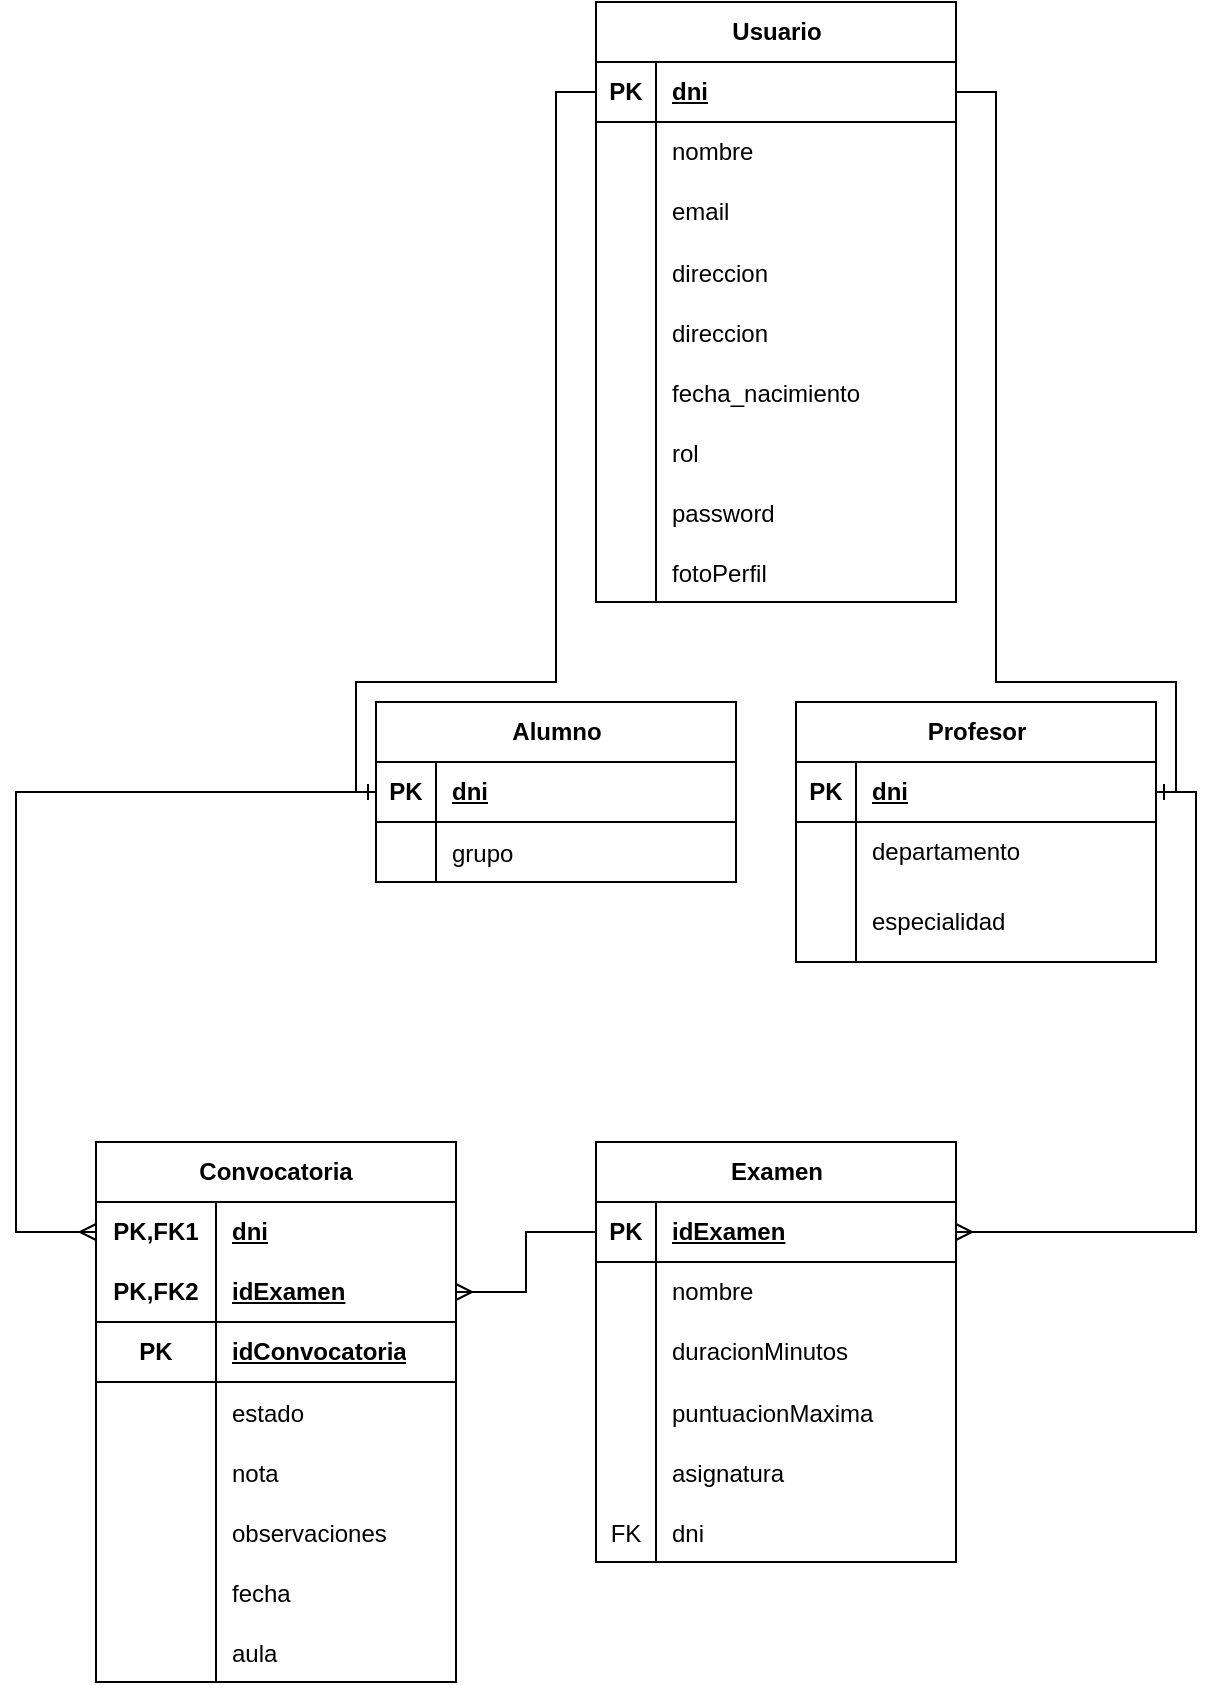
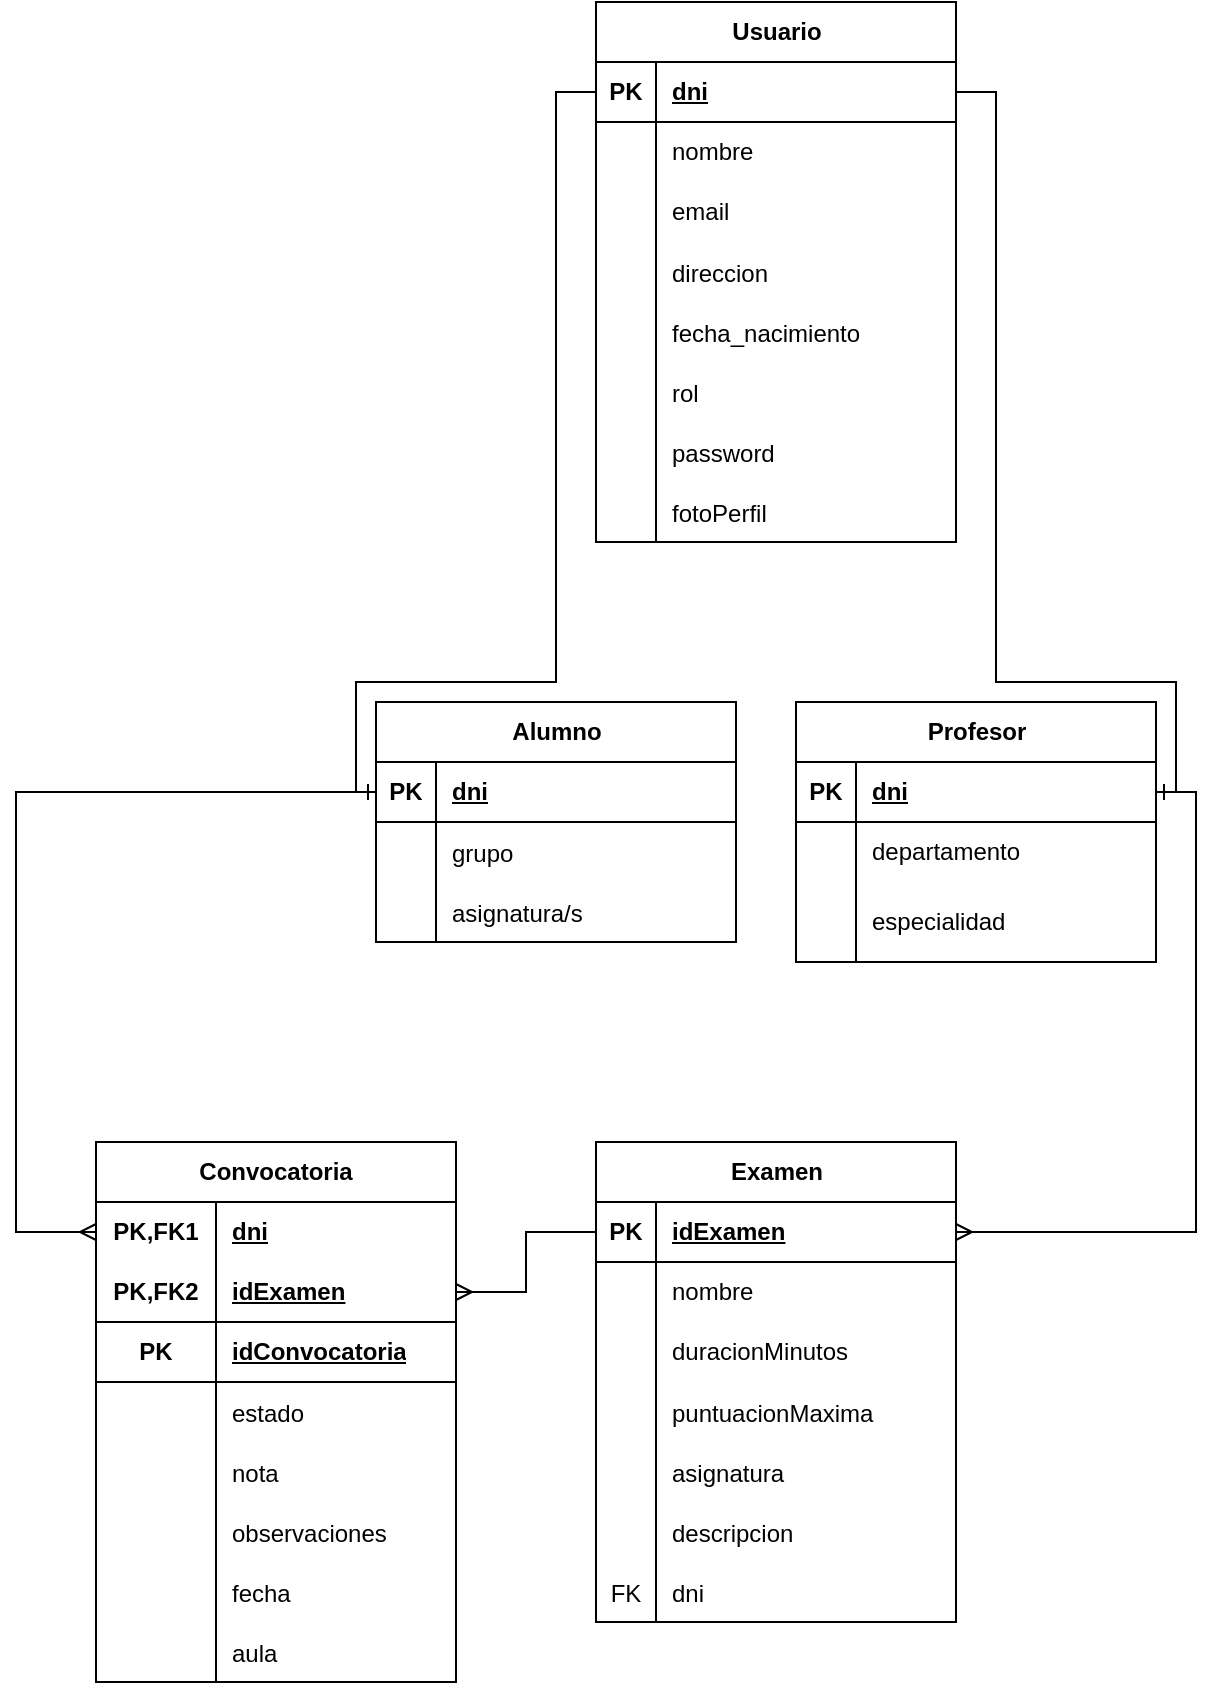
<mxfile host="Electron" agent="Mozilla/5.0 (Windows NT 10.0; Win64; x64) AppleWebKit/537.36 (KHTML, like Gecko) draw.io/29.6.6 Chrome/144.0.7559.236 Electron/40.8.4 Safari/537.36" version="29.6.6">
  <diagram name="Page-1" id="dYO-ddt7ie_Nl0yzLC1a">
-     <mxGraphModel dx="740" dy="877" grid="1" gridSize="10" guides="1" tooltips="1" connect="1" arrows="1" fold="1" page="1" pageScale="1" pageWidth="2000" pageHeight="2000" math="0" shadow="0">
+     <mxGraphModel dx="740" dy="884" grid="1" gridSize="10" guides="1" tooltips="1" connect="1" arrows="1" fold="1" page="1" pageScale="1" pageWidth="2000" pageHeight="2000" math="0" shadow="0">
      <root>
        <mxCell id="0" />
        <mxCell id="1" parent="0" />
        <mxCell id="7ocu6WVE3d1pCKjjpxMC-1" parent="1" style="shape=table;startSize=30;container=1;collapsible=1;childLayout=tableLayout;fixedRows=1;rowLines=0;fontStyle=1;align=center;resizeLast=1;html=1;" value="Examen" vertex="1">
-           <mxGeometry height="210" width="180" x="410" y="660" as="geometry" />
+           <mxGeometry height="240" width="180" x="410" y="660" as="geometry" />
        </mxCell>
        <mxCell id="7ocu6WVE3d1pCKjjpxMC-2" parent="7ocu6WVE3d1pCKjjpxMC-1" style="shape=tableRow;horizontal=0;startSize=0;swimlaneHead=0;swimlaneBody=0;fillColor=none;collapsible=0;dropTarget=0;points=[[0,0.5],[1,0.5]];portConstraint=eastwest;top=0;left=0;right=0;bottom=1;" value="" vertex="1">
          <mxGeometry height="30" width="180" y="30" as="geometry" />
        </mxCell>
        <mxCell id="7ocu6WVE3d1pCKjjpxMC-3" parent="7ocu6WVE3d1pCKjjpxMC-2" style="shape=partialRectangle;connectable=0;fillColor=none;top=0;left=0;bottom=0;right=0;fontStyle=1;overflow=hidden;whiteSpace=wrap;html=1;" value="PK" vertex="1">
          <mxGeometry height="30" width="30" as="geometry">
            <mxRectangle height="30" width="30" as="alternateBounds" />
          </mxGeometry>
        </mxCell>
        <mxCell id="7ocu6WVE3d1pCKjjpxMC-4" parent="7ocu6WVE3d1pCKjjpxMC-2" style="shape=partialRectangle;connectable=0;fillColor=none;top=0;left=0;bottom=0;right=0;align=left;spacingLeft=6;fontStyle=5;overflow=hidden;whiteSpace=wrap;html=1;" value="idExamen" vertex="1">
          <mxGeometry height="30" width="150" x="30" as="geometry">
            <mxRectangle height="30" width="150" as="alternateBounds" />
          </mxGeometry>
        </mxCell>
        <mxCell id="7ocu6WVE3d1pCKjjpxMC-5" parent="7ocu6WVE3d1pCKjjpxMC-1" style="shape=tableRow;horizontal=0;startSize=0;swimlaneHead=0;swimlaneBody=0;fillColor=none;collapsible=0;dropTarget=0;points=[[0,0.5],[1,0.5]];portConstraint=eastwest;top=0;left=0;right=0;bottom=0;" value="" vertex="1">
          <mxGeometry height="30" width="180" y="60" as="geometry" />
        </mxCell>
        <mxCell id="7ocu6WVE3d1pCKjjpxMC-6" parent="7ocu6WVE3d1pCKjjpxMC-5" style="shape=partialRectangle;connectable=0;fillColor=none;top=0;left=0;bottom=0;right=0;editable=1;overflow=hidden;whiteSpace=wrap;html=1;" value="" vertex="1">
          <mxGeometry height="30" width="30" as="geometry">
            <mxRectangle height="30" width="30" as="alternateBounds" />
          </mxGeometry>
        </mxCell>
        <mxCell id="7ocu6WVE3d1pCKjjpxMC-7" parent="7ocu6WVE3d1pCKjjpxMC-5" style="shape=partialRectangle;connectable=0;fillColor=none;top=0;left=0;bottom=0;right=0;align=left;spacingLeft=6;overflow=hidden;whiteSpace=wrap;html=1;" value="nombre" vertex="1">
          <mxGeometry height="30" width="150" x="30" as="geometry">
            <mxRectangle height="30" width="150" as="alternateBounds" />
          </mxGeometry>
        </mxCell>
        <mxCell id="7ocu6WVE3d1pCKjjpxMC-11" parent="7ocu6WVE3d1pCKjjpxMC-1" style="shape=tableRow;horizontal=0;startSize=0;swimlaneHead=0;swimlaneBody=0;fillColor=none;collapsible=0;dropTarget=0;points=[[0,0.5],[1,0.5]];portConstraint=eastwest;top=0;left=0;right=0;bottom=0;" value="" vertex="1">
          <mxGeometry height="30" width="180" y="90" as="geometry" />
        </mxCell>
        <mxCell id="7ocu6WVE3d1pCKjjpxMC-12" parent="7ocu6WVE3d1pCKjjpxMC-11" style="shape=partialRectangle;connectable=0;fillColor=none;top=0;left=0;bottom=0;right=0;editable=1;overflow=hidden;whiteSpace=wrap;html=1;" value="" vertex="1">
          <mxGeometry height="30" width="30" as="geometry">
            <mxRectangle height="30" width="30" as="alternateBounds" />
          </mxGeometry>
        </mxCell>
        <mxCell id="7ocu6WVE3d1pCKjjpxMC-13" parent="7ocu6WVE3d1pCKjjpxMC-11" style="shape=partialRectangle;connectable=0;fillColor=none;top=0;left=0;bottom=0;right=0;align=left;spacingLeft=6;overflow=hidden;whiteSpace=wrap;html=1;" value="duracionMinutos" vertex="1">
          <mxGeometry height="30" width="150" x="30" as="geometry">
            <mxRectangle height="30" width="150" as="alternateBounds" />
          </mxGeometry>
        </mxCell>
        <mxCell id="7ocu6WVE3d1pCKjjpxMC-14" parent="7ocu6WVE3d1pCKjjpxMC-1" style="shape=tableRow;horizontal=0;startSize=0;swimlaneHead=0;swimlaneBody=0;fillColor=none;collapsible=0;dropTarget=0;points=[[0,0.5],[1,0.5]];portConstraint=eastwest;top=0;left=0;right=0;bottom=0;" value="" vertex="1">
          <mxGeometry height="30" width="180" y="120" as="geometry" />
        </mxCell>
        <mxCell id="7ocu6WVE3d1pCKjjpxMC-15" parent="7ocu6WVE3d1pCKjjpxMC-14" style="shape=partialRectangle;connectable=0;fillColor=none;top=0;left=0;bottom=0;right=0;editable=1;overflow=hidden;" value="" vertex="1">
          <mxGeometry height="30" width="30" as="geometry">
            <mxRectangle height="30" width="30" as="alternateBounds" />
          </mxGeometry>
        </mxCell>
        <mxCell id="7ocu6WVE3d1pCKjjpxMC-16" parent="7ocu6WVE3d1pCKjjpxMC-14" style="shape=partialRectangle;connectable=0;fillColor=none;top=0;left=0;bottom=0;right=0;align=left;spacingLeft=6;overflow=hidden;" value="puntuacionMaxima" vertex="1">
          <mxGeometry height="30" width="150" x="30" as="geometry">
            <mxRectangle height="30" width="150" as="alternateBounds" />
          </mxGeometry>
        </mxCell>
        <mxCell id="7ocu6WVE3d1pCKjjpxMC-17" parent="7ocu6WVE3d1pCKjjpxMC-1" style="shape=tableRow;horizontal=0;startSize=0;swimlaneHead=0;swimlaneBody=0;fillColor=none;collapsible=0;dropTarget=0;points=[[0,0.5],[1,0.5]];portConstraint=eastwest;top=0;left=0;right=0;bottom=0;" value="" vertex="1">
          <mxGeometry height="30" width="180" y="150" as="geometry" />
        </mxCell>
        <mxCell id="7ocu6WVE3d1pCKjjpxMC-18" parent="7ocu6WVE3d1pCKjjpxMC-17" style="shape=partialRectangle;connectable=0;fillColor=none;top=0;left=0;bottom=0;right=0;editable=1;overflow=hidden;" value="" vertex="1">
          <mxGeometry height="30" width="30" as="geometry">
            <mxRectangle height="30" width="30" as="alternateBounds" />
          </mxGeometry>
        </mxCell>
        <mxCell id="7ocu6WVE3d1pCKjjpxMC-19" parent="7ocu6WVE3d1pCKjjpxMC-17" style="shape=partialRectangle;connectable=0;fillColor=none;top=0;left=0;bottom=0;right=0;align=left;spacingLeft=6;overflow=hidden;" value="asignatura" vertex="1">
          <mxGeometry height="30" width="150" x="30" as="geometry">
            <mxRectangle height="30" width="150" as="alternateBounds" />
          </mxGeometry>
        </mxCell>
+         <mxCell id="4-CCKCk8GXyzabbzSnG_-1" parent="7ocu6WVE3d1pCKjjpxMC-1" style="shape=tableRow;horizontal=0;startSize=0;swimlaneHead=0;swimlaneBody=0;fillColor=none;collapsible=0;dropTarget=0;points=[[0,0.5],[1,0.5]];portConstraint=eastwest;top=0;left=0;right=0;bottom=0;" value="" vertex="1">
+           <mxGeometry height="30" width="180" y="180" as="geometry" />
+         </mxCell>
+         <mxCell id="4-CCKCk8GXyzabbzSnG_-2" parent="4-CCKCk8GXyzabbzSnG_-1" style="shape=partialRectangle;connectable=0;fillColor=none;top=0;left=0;bottom=0;right=0;editable=1;overflow=hidden;" value="" vertex="1">
+           <mxGeometry height="30" width="30" as="geometry">
+             <mxRectangle height="30" width="30" as="alternateBounds" />
+           </mxGeometry>
+         </mxCell>
+         <mxCell id="4-CCKCk8GXyzabbzSnG_-3" parent="4-CCKCk8GXyzabbzSnG_-1" style="shape=partialRectangle;connectable=0;fillColor=none;top=0;left=0;bottom=0;right=0;align=left;spacingLeft=6;overflow=hidden;" value="descripcion" vertex="1">
+           <mxGeometry height="30" width="150" x="30" as="geometry">
+             <mxRectangle height="30" width="150" as="alternateBounds" />
+           </mxGeometry>
+         </mxCell>
        <mxCell id="7ocu6WVE3d1pCKjjpxMC-95" parent="7ocu6WVE3d1pCKjjpxMC-1" style="shape=tableRow;horizontal=0;startSize=0;swimlaneHead=0;swimlaneBody=0;fillColor=none;collapsible=0;dropTarget=0;points=[[0,0.5],[1,0.5]];portConstraint=eastwest;top=0;left=0;right=0;bottom=0;" value="" vertex="1">
-           <mxGeometry height="30" width="180" y="180" as="geometry" />
+           <mxGeometry height="30" width="180" y="210" as="geometry" />
        </mxCell>
        <mxCell id="7ocu6WVE3d1pCKjjpxMC-96" parent="7ocu6WVE3d1pCKjjpxMC-95" style="shape=partialRectangle;connectable=0;fillColor=none;top=0;left=0;bottom=0;right=0;editable=1;overflow=hidden;" value="FK" vertex="1">
          <mxGeometry height="30" width="30" as="geometry">
            <mxRectangle height="30" width="30" as="alternateBounds" />
          </mxGeometry>
        </mxCell>
        <mxCell id="7ocu6WVE3d1pCKjjpxMC-97" parent="7ocu6WVE3d1pCKjjpxMC-95" style="shape=partialRectangle;connectable=0;fillColor=none;top=0;left=0;bottom=0;right=0;align=left;spacingLeft=6;overflow=hidden;" value="dni" vertex="1">
          <mxGeometry height="30" width="150" x="30" as="geometry">
            <mxRectangle height="30" width="150" as="alternateBounds" />
          </mxGeometry>
        </mxCell>
        <mxCell id="7ocu6WVE3d1pCKjjpxMC-23" parent="1" style="shape=table;startSize=30;container=1;collapsible=1;childLayout=tableLayout;fixedRows=1;rowLines=0;fontStyle=1;align=center;resizeLast=1;html=1;" value="Alumno" vertex="1">
-           <mxGeometry height="90" width="180" x="300" y="440" as="geometry" />
+           <mxGeometry height="120" width="180" x="300" y="440" as="geometry" />
        </mxCell>
        <mxCell id="7ocu6WVE3d1pCKjjpxMC-24" parent="7ocu6WVE3d1pCKjjpxMC-23" style="shape=tableRow;horizontal=0;startSize=0;swimlaneHead=0;swimlaneBody=0;fillColor=none;collapsible=0;dropTarget=0;points=[[0,0.5],[1,0.5]];portConstraint=eastwest;top=0;left=0;right=0;bottom=1;" value="" vertex="1">
          <mxGeometry height="30" width="180" y="30" as="geometry" />
        </mxCell>
        <mxCell id="7ocu6WVE3d1pCKjjpxMC-25" parent="7ocu6WVE3d1pCKjjpxMC-24" style="shape=partialRectangle;connectable=0;fillColor=none;top=0;left=0;bottom=0;right=0;fontStyle=1;overflow=hidden;whiteSpace=wrap;html=1;" value="PK" vertex="1">
          <mxGeometry height="30" width="30" as="geometry">
            <mxRectangle height="30" width="30" as="alternateBounds" />
          </mxGeometry>
        </mxCell>
        <mxCell id="7ocu6WVE3d1pCKjjpxMC-26" parent="7ocu6WVE3d1pCKjjpxMC-24" style="shape=partialRectangle;connectable=0;fillColor=none;top=0;left=0;bottom=0;right=0;align=left;spacingLeft=6;fontStyle=5;overflow=hidden;whiteSpace=wrap;html=1;" value="dni" vertex="1">
          <mxGeometry height="30" width="150" x="30" as="geometry">
            <mxRectangle height="30" width="150" as="alternateBounds" />
          </mxGeometry>
        </mxCell>
        <mxCell id="7ocu6WVE3d1pCKjjpxMC-36" parent="7ocu6WVE3d1pCKjjpxMC-23" style="shape=tableRow;horizontal=0;startSize=0;swimlaneHead=0;swimlaneBody=0;fillColor=none;collapsible=0;dropTarget=0;points=[[0,0.5],[1,0.5]];portConstraint=eastwest;top=0;left=0;right=0;bottom=0;" value="" vertex="1">
          <mxGeometry height="30" width="180" y="60" as="geometry" />
        </mxCell>
        <mxCell id="7ocu6WVE3d1pCKjjpxMC-37" parent="7ocu6WVE3d1pCKjjpxMC-36" style="shape=partialRectangle;connectable=0;fillColor=none;top=0;left=0;bottom=0;right=0;editable=1;overflow=hidden;" value="" vertex="1">
          <mxGeometry height="30" width="30" as="geometry">
            <mxRectangle height="30" width="30" as="alternateBounds" />
          </mxGeometry>
        </mxCell>
        <mxCell id="7ocu6WVE3d1pCKjjpxMC-38" parent="7ocu6WVE3d1pCKjjpxMC-36" style="shape=partialRectangle;connectable=0;fillColor=none;top=0;left=0;bottom=0;right=0;align=left;spacingLeft=6;overflow=hidden;" value="grupo" vertex="1">
+           <mxGeometry height="30" width="150" x="30" as="geometry">
+             <mxRectangle height="30" width="150" as="alternateBounds" />
+           </mxGeometry>
+         </mxCell>
+         <mxCell id="0DknFnAyPK1vhAunHpRt-1" parent="7ocu6WVE3d1pCKjjpxMC-23" style="shape=tableRow;horizontal=0;startSize=0;swimlaneHead=0;swimlaneBody=0;fillColor=none;collapsible=0;dropTarget=0;points=[[0,0.5],[1,0.5]];portConstraint=eastwest;top=0;left=0;right=0;bottom=0;" value="" vertex="1">
+           <mxGeometry height="30" width="180" y="90" as="geometry" />
+         </mxCell>
+         <mxCell id="0DknFnAyPK1vhAunHpRt-2" parent="0DknFnAyPK1vhAunHpRt-1" style="shape=partialRectangle;connectable=0;fillColor=none;top=0;left=0;bottom=0;right=0;editable=1;overflow=hidden;" value="" vertex="1">
+           <mxGeometry height="30" width="30" as="geometry">
+             <mxRectangle height="30" width="30" as="alternateBounds" />
+           </mxGeometry>
+         </mxCell>
+         <mxCell id="0DknFnAyPK1vhAunHpRt-3" parent="0DknFnAyPK1vhAunHpRt-1" style="shape=partialRectangle;connectable=0;fillColor=none;top=0;left=0;bottom=0;right=0;align=left;spacingLeft=6;overflow=hidden;" value="asignatura/s" vertex="1">
          <mxGeometry height="30" width="150" x="30" as="geometry">
            <mxRectangle height="30" width="150" as="alternateBounds" />
          </mxGeometry>
        </mxCell>
        <mxCell id="7ocu6WVE3d1pCKjjpxMC-39" parent="1" style="shape=table;startSize=30;container=1;collapsible=1;childLayout=tableLayout;fixedRows=1;rowLines=0;fontStyle=1;align=center;resizeLast=1;html=1;" value="Profesor" vertex="1">
          <mxGeometry height="130" width="180" x="510" y="440" as="geometry" />
        </mxCell>
        <mxCell id="7ocu6WVE3d1pCKjjpxMC-40" parent="7ocu6WVE3d1pCKjjpxMC-39" style="shape=tableRow;horizontal=0;startSize=0;swimlaneHead=0;swimlaneBody=0;fillColor=none;collapsible=0;dropTarget=0;points=[[0,0.5],[1,0.5]];portConstraint=eastwest;top=0;left=0;right=0;bottom=1;" value="" vertex="1">
          <mxGeometry height="30" width="180" y="30" as="geometry" />
        </mxCell>
        <mxCell id="7ocu6WVE3d1pCKjjpxMC-41" parent="7ocu6WVE3d1pCKjjpxMC-40" style="shape=partialRectangle;connectable=0;fillColor=none;top=0;left=0;bottom=0;right=0;fontStyle=1;overflow=hidden;whiteSpace=wrap;html=1;" value="PK" vertex="1">
          <mxGeometry height="30" width="30" as="geometry">
            <mxRectangle height="30" width="30" as="alternateBounds" />
          </mxGeometry>
        </mxCell>
        <mxCell id="7ocu6WVE3d1pCKjjpxMC-42" parent="7ocu6WVE3d1pCKjjpxMC-40" style="shape=partialRectangle;connectable=0;fillColor=none;top=0;left=0;bottom=0;right=0;align=left;spacingLeft=6;fontStyle=5;overflow=hidden;whiteSpace=wrap;html=1;" value="dni" vertex="1">
          <mxGeometry height="30" width="150" x="30" as="geometry">
            <mxRectangle height="30" width="150" as="alternateBounds" />
          </mxGeometry>
        </mxCell>
        <mxCell id="7ocu6WVE3d1pCKjjpxMC-43" parent="7ocu6WVE3d1pCKjjpxMC-39" style="shape=tableRow;horizontal=0;startSize=0;swimlaneHead=0;swimlaneBody=0;fillColor=none;collapsible=0;dropTarget=0;points=[[0,0.5],[1,0.5]];portConstraint=eastwest;top=0;left=0;right=0;bottom=0;" value="" vertex="1">
          <mxGeometry height="30" width="180" y="60" as="geometry" />
        </mxCell>
        <mxCell id="7ocu6WVE3d1pCKjjpxMC-44" parent="7ocu6WVE3d1pCKjjpxMC-43" style="shape=partialRectangle;connectable=0;fillColor=none;top=0;left=0;bottom=0;right=0;editable=1;overflow=hidden;whiteSpace=wrap;html=1;" value="" vertex="1">
          <mxGeometry height="30" width="30" as="geometry">
            <mxRectangle height="30" width="30" as="alternateBounds" />
          </mxGeometry>
        </mxCell>
        <mxCell id="7ocu6WVE3d1pCKjjpxMC-45" parent="7ocu6WVE3d1pCKjjpxMC-43" style="shape=partialRectangle;connectable=0;fillColor=none;top=0;left=0;bottom=0;right=0;align=left;spacingLeft=6;overflow=hidden;whiteSpace=wrap;html=1;" value="departamento" vertex="1">
          <mxGeometry height="30" width="150" x="30" as="geometry">
            <mxRectangle height="30" width="150" as="alternateBounds" />
          </mxGeometry>
        </mxCell>
        <mxCell id="7ocu6WVE3d1pCKjjpxMC-46" parent="7ocu6WVE3d1pCKjjpxMC-39" style="shape=tableRow;horizontal=0;startSize=0;swimlaneHead=0;swimlaneBody=0;fillColor=none;collapsible=0;dropTarget=0;points=[[0,0.5],[1,0.5]];portConstraint=eastwest;top=0;left=0;right=0;bottom=0;" value="" vertex="1">
          <mxGeometry height="40" width="180" y="90" as="geometry" />
        </mxCell>
        <mxCell id="7ocu6WVE3d1pCKjjpxMC-47" parent="7ocu6WVE3d1pCKjjpxMC-46" style="shape=partialRectangle;connectable=0;fillColor=none;top=0;left=0;bottom=0;right=0;editable=1;overflow=hidden;whiteSpace=wrap;html=1;" value="" vertex="1">
          <mxGeometry height="40" width="30" as="geometry">
            <mxRectangle height="40" width="30" as="alternateBounds" />
          </mxGeometry>
        </mxCell>
        <mxCell id="7ocu6WVE3d1pCKjjpxMC-48" parent="7ocu6WVE3d1pCKjjpxMC-46" style="shape=partialRectangle;connectable=0;fillColor=none;top=0;left=0;bottom=0;right=0;align=left;spacingLeft=6;overflow=hidden;whiteSpace=wrap;html=1;" value="especialidad" vertex="1">
          <mxGeometry height="40" width="150" x="30" as="geometry">
            <mxRectangle height="40" width="150" as="alternateBounds" />
          </mxGeometry>
        </mxCell>
        <mxCell id="7ocu6WVE3d1pCKjjpxMC-52" parent="1" style="shape=table;startSize=30;container=1;collapsible=1;childLayout=tableLayout;fixedRows=1;rowLines=0;fontStyle=1;align=center;resizeLast=1;html=1;" value="Usuario" vertex="1">
-           <mxGeometry height="300" width="180" x="410" y="90" as="geometry" />
+           <mxGeometry height="270" width="180" x="410" y="90" as="geometry" />
        </mxCell>
        <mxCell id="7ocu6WVE3d1pCKjjpxMC-53" parent="7ocu6WVE3d1pCKjjpxMC-52" style="shape=tableRow;horizontal=0;startSize=0;swimlaneHead=0;swimlaneBody=0;fillColor=none;collapsible=0;dropTarget=0;points=[[0,0.5],[1,0.5]];portConstraint=eastwest;top=0;left=0;right=0;bottom=1;" value="" vertex="1">
          <mxGeometry height="30" width="180" y="30" as="geometry" />
        </mxCell>
        <mxCell id="7ocu6WVE3d1pCKjjpxMC-54" parent="7ocu6WVE3d1pCKjjpxMC-53" style="shape=partialRectangle;connectable=0;fillColor=none;top=0;left=0;bottom=0;right=0;fontStyle=1;overflow=hidden;whiteSpace=wrap;html=1;" value="PK" vertex="1">
          <mxGeometry height="30" width="30" as="geometry">
            <mxRectangle height="30" width="30" as="alternateBounds" />
          </mxGeometry>
        </mxCell>
        <mxCell id="7ocu6WVE3d1pCKjjpxMC-55" parent="7ocu6WVE3d1pCKjjpxMC-53" style="shape=partialRectangle;connectable=0;fillColor=none;top=0;left=0;bottom=0;right=0;align=left;spacingLeft=6;fontStyle=5;overflow=hidden;whiteSpace=wrap;html=1;" value="dni" vertex="1">
          <mxGeometry height="30" width="150" x="30" as="geometry">
            <mxRectangle height="30" width="150" as="alternateBounds" />
          </mxGeometry>
        </mxCell>
        <mxCell id="7ocu6WVE3d1pCKjjpxMC-56" parent="7ocu6WVE3d1pCKjjpxMC-52" style="shape=tableRow;horizontal=0;startSize=0;swimlaneHead=0;swimlaneBody=0;fillColor=none;collapsible=0;dropTarget=0;points=[[0,0.5],[1,0.5]];portConstraint=eastwest;top=0;left=0;right=0;bottom=0;" value="" vertex="1">
          <mxGeometry height="30" width="180" y="60" as="geometry" />
        </mxCell>
        <mxCell id="7ocu6WVE3d1pCKjjpxMC-57" parent="7ocu6WVE3d1pCKjjpxMC-56" style="shape=partialRectangle;connectable=0;fillColor=none;top=0;left=0;bottom=0;right=0;editable=1;overflow=hidden;whiteSpace=wrap;html=1;" value="" vertex="1">
          <mxGeometry height="30" width="30" as="geometry">
            <mxRectangle height="30" width="30" as="alternateBounds" />
          </mxGeometry>
        </mxCell>
        <mxCell id="7ocu6WVE3d1pCKjjpxMC-58" parent="7ocu6WVE3d1pCKjjpxMC-56" style="shape=partialRectangle;connectable=0;fillColor=none;top=0;left=0;bottom=0;right=0;align=left;spacingLeft=6;overflow=hidden;whiteSpace=wrap;html=1;" value="nombre" vertex="1">
          <mxGeometry height="30" width="150" x="30" as="geometry">
            <mxRectangle height="30" width="150" as="alternateBounds" />
          </mxGeometry>
        </mxCell>
        <mxCell id="7ocu6WVE3d1pCKjjpxMC-59" parent="7ocu6WVE3d1pCKjjpxMC-52" style="shape=tableRow;horizontal=0;startSize=0;swimlaneHead=0;swimlaneBody=0;fillColor=none;collapsible=0;dropTarget=0;points=[[0,0.5],[1,0.5]];portConstraint=eastwest;top=0;left=0;right=0;bottom=0;" value="" vertex="1">
          <mxGeometry height="30" width="180" y="90" as="geometry" />
        </mxCell>
        <mxCell id="7ocu6WVE3d1pCKjjpxMC-60" parent="7ocu6WVE3d1pCKjjpxMC-59" style="shape=partialRectangle;connectable=0;fillColor=none;top=0;left=0;bottom=0;right=0;editable=1;overflow=hidden;whiteSpace=wrap;html=1;" value="" vertex="1">
          <mxGeometry height="30" width="30" as="geometry">
            <mxRectangle height="30" width="30" as="alternateBounds" />
          </mxGeometry>
        </mxCell>
        <mxCell id="7ocu6WVE3d1pCKjjpxMC-61" parent="7ocu6WVE3d1pCKjjpxMC-59" style="shape=partialRectangle;connectable=0;fillColor=none;top=0;left=0;bottom=0;right=0;align=left;spacingLeft=6;overflow=hidden;whiteSpace=wrap;html=1;" value="email" vertex="1">
          <mxGeometry height="30" width="150" x="30" as="geometry">
            <mxRectangle height="30" width="150" as="alternateBounds" />
          </mxGeometry>
        </mxCell>
        <mxCell id="7ocu6WVE3d1pCKjjpxMC-138" parent="7ocu6WVE3d1pCKjjpxMC-52" style="shape=tableRow;horizontal=0;startSize=0;swimlaneHead=0;swimlaneBody=0;fillColor=none;collapsible=0;dropTarget=0;points=[[0,0.5],[1,0.5]];portConstraint=eastwest;top=0;left=0;right=0;bottom=0;" value="" vertex="1">
          <mxGeometry height="30" width="180" y="120" as="geometry" />
        </mxCell>
        <mxCell id="7ocu6WVE3d1pCKjjpxMC-139" parent="7ocu6WVE3d1pCKjjpxMC-138" style="shape=partialRectangle;connectable=0;fillColor=none;top=0;left=0;bottom=0;right=0;editable=1;overflow=hidden;" value="" vertex="1">
          <mxGeometry height="30" width="30" as="geometry">
            <mxRectangle height="30" width="30" as="alternateBounds" />
          </mxGeometry>
        </mxCell>
        <mxCell id="7ocu6WVE3d1pCKjjpxMC-140" parent="7ocu6WVE3d1pCKjjpxMC-138" style="shape=partialRectangle;connectable=0;fillColor=none;top=0;left=0;bottom=0;right=0;align=left;spacingLeft=6;overflow=hidden;" value="direccion" vertex="1">
          <mxGeometry height="30" width="150" x="30" as="geometry">
            <mxRectangle height="30" width="150" as="alternateBounds" />
          </mxGeometry>
        </mxCell>
-         <mxCell id="7ocu6WVE3d1pCKjjpxMC-101" parent="7ocu6WVE3d1pCKjjpxMC-52" style="shape=tableRow;horizontal=0;startSize=0;swimlaneHead=0;swimlaneBody=0;fillColor=none;collapsible=0;dropTarget=0;points=[[0,0.5],[1,0.5]];portConstraint=eastwest;top=0;left=0;right=0;bottom=0;" value="" vertex="1">
+         <mxCell id="7ocu6WVE3d1pCKjjpxMC-104" parent="7ocu6WVE3d1pCKjjpxMC-52" style="shape=tableRow;horizontal=0;startSize=0;swimlaneHead=0;swimlaneBody=0;fillColor=none;collapsible=0;dropTarget=0;points=[[0,0.5],[1,0.5]];portConstraint=eastwest;top=0;left=0;right=0;bottom=0;" value="" vertex="1">
          <mxGeometry height="30" width="180" y="150" as="geometry" />
        </mxCell>
-         <mxCell id="7ocu6WVE3d1pCKjjpxMC-102" parent="7ocu6WVE3d1pCKjjpxMC-101" style="shape=partialRectangle;connectable=0;fillColor=none;top=0;left=0;bottom=0;right=0;editable=1;overflow=hidden;" value="" vertex="1">
-           <mxGeometry height="30" width="30" as="geometry">
-             <mxRectangle height="30" width="30" as="alternateBounds" />
-           </mxGeometry>
-         </mxCell>
-         <mxCell id="7ocu6WVE3d1pCKjjpxMC-103" parent="7ocu6WVE3d1pCKjjpxMC-101" style="shape=partialRectangle;connectable=0;fillColor=none;top=0;left=0;bottom=0;right=0;align=left;spacingLeft=6;overflow=hidden;" value="direccion" vertex="1">
-           <mxGeometry height="30" width="150" x="30" as="geometry">
-             <mxRectangle height="30" width="150" as="alternateBounds" />
-           </mxGeometry>
-         </mxCell>
-         <mxCell id="7ocu6WVE3d1pCKjjpxMC-104" parent="7ocu6WVE3d1pCKjjpxMC-52" style="shape=tableRow;horizontal=0;startSize=0;swimlaneHead=0;swimlaneBody=0;fillColor=none;collapsible=0;dropTarget=0;points=[[0,0.5],[1,0.5]];portConstraint=eastwest;top=0;left=0;right=0;bottom=0;" value="" vertex="1">
+         <mxCell id="7ocu6WVE3d1pCKjjpxMC-105" parent="7ocu6WVE3d1pCKjjpxMC-104" style="shape=partialRectangle;connectable=0;fillColor=none;top=0;left=0;bottom=0;right=0;editable=1;overflow=hidden;" value="" vertex="1">
+           <mxGeometry height="30" width="30" as="geometry">
+             <mxRectangle height="30" width="30" as="alternateBounds" />
+           </mxGeometry>
+         </mxCell>
+         <mxCell id="7ocu6WVE3d1pCKjjpxMC-106" parent="7ocu6WVE3d1pCKjjpxMC-104" style="shape=partialRectangle;connectable=0;fillColor=none;top=0;left=0;bottom=0;right=0;align=left;spacingLeft=6;overflow=hidden;" value="fecha_nacimiento" vertex="1">
+           <mxGeometry height="30" width="150" x="30" as="geometry">
+             <mxRectangle height="30" width="150" as="alternateBounds" />
+           </mxGeometry>
+         </mxCell>
+         <mxCell id="7ocu6WVE3d1pCKjjpxMC-68" parent="7ocu6WVE3d1pCKjjpxMC-52" style="shape=tableRow;horizontal=0;startSize=0;swimlaneHead=0;swimlaneBody=0;fillColor=none;collapsible=0;dropTarget=0;points=[[0,0.5],[1,0.5]];portConstraint=eastwest;top=0;left=0;right=0;bottom=0;" value="" vertex="1">
          <mxGeometry height="30" width="180" y="180" as="geometry" />
        </mxCell>
-         <mxCell id="7ocu6WVE3d1pCKjjpxMC-105" parent="7ocu6WVE3d1pCKjjpxMC-104" style="shape=partialRectangle;connectable=0;fillColor=none;top=0;left=0;bottom=0;right=0;editable=1;overflow=hidden;" value="" vertex="1">
-           <mxGeometry height="30" width="30" as="geometry">
-             <mxRectangle height="30" width="30" as="alternateBounds" />
-           </mxGeometry>
-         </mxCell>
-         <mxCell id="7ocu6WVE3d1pCKjjpxMC-106" parent="7ocu6WVE3d1pCKjjpxMC-104" style="shape=partialRectangle;connectable=0;fillColor=none;top=0;left=0;bottom=0;right=0;align=left;spacingLeft=6;overflow=hidden;" value="fecha_nacimiento" vertex="1">
-           <mxGeometry height="30" width="150" x="30" as="geometry">
-             <mxRectangle height="30" width="150" as="alternateBounds" />
-           </mxGeometry>
-         </mxCell>
-         <mxCell id="7ocu6WVE3d1pCKjjpxMC-68" parent="7ocu6WVE3d1pCKjjpxMC-52" style="shape=tableRow;horizontal=0;startSize=0;swimlaneHead=0;swimlaneBody=0;fillColor=none;collapsible=0;dropTarget=0;points=[[0,0.5],[1,0.5]];portConstraint=eastwest;top=0;left=0;right=0;bottom=0;" value="" vertex="1">
+         <mxCell id="7ocu6WVE3d1pCKjjpxMC-69" parent="7ocu6WVE3d1pCKjjpxMC-68" style="shape=partialRectangle;connectable=0;fillColor=none;top=0;left=0;bottom=0;right=0;editable=1;overflow=hidden;" value="" vertex="1">
+           <mxGeometry height="30" width="30" as="geometry">
+             <mxRectangle height="30" width="30" as="alternateBounds" />
+           </mxGeometry>
+         </mxCell>
+         <mxCell id="7ocu6WVE3d1pCKjjpxMC-70" parent="7ocu6WVE3d1pCKjjpxMC-68" style="shape=partialRectangle;connectable=0;fillColor=none;top=0;left=0;bottom=0;right=0;align=left;spacingLeft=6;overflow=hidden;" value="rol" vertex="1">
+           <mxGeometry height="30" width="150" x="30" as="geometry">
+             <mxRectangle height="30" width="150" as="alternateBounds" />
+           </mxGeometry>
+         </mxCell>
+         <mxCell id="25Z5QOih__v3db8tw0-Z-2" parent="7ocu6WVE3d1pCKjjpxMC-52" style="shape=tableRow;horizontal=0;startSize=0;swimlaneHead=0;swimlaneBody=0;fillColor=none;collapsible=0;dropTarget=0;points=[[0,0.5],[1,0.5]];portConstraint=eastwest;top=0;left=0;right=0;bottom=0;" value="" vertex="1">
          <mxGeometry height="30" width="180" y="210" as="geometry" />
        </mxCell>
-         <mxCell id="7ocu6WVE3d1pCKjjpxMC-69" parent="7ocu6WVE3d1pCKjjpxMC-68" style="shape=partialRectangle;connectable=0;fillColor=none;top=0;left=0;bottom=0;right=0;editable=1;overflow=hidden;" value="" vertex="1">
-           <mxGeometry height="30" width="30" as="geometry">
-             <mxRectangle height="30" width="30" as="alternateBounds" />
-           </mxGeometry>
-         </mxCell>
-         <mxCell id="7ocu6WVE3d1pCKjjpxMC-70" parent="7ocu6WVE3d1pCKjjpxMC-68" style="shape=partialRectangle;connectable=0;fillColor=none;top=0;left=0;bottom=0;right=0;align=left;spacingLeft=6;overflow=hidden;" value="rol" vertex="1">
-           <mxGeometry height="30" width="150" x="30" as="geometry">
-             <mxRectangle height="30" width="150" as="alternateBounds" />
-           </mxGeometry>
-         </mxCell>
-         <mxCell id="25Z5QOih__v3db8tw0-Z-2" parent="7ocu6WVE3d1pCKjjpxMC-52" style="shape=tableRow;horizontal=0;startSize=0;swimlaneHead=0;swimlaneBody=0;fillColor=none;collapsible=0;dropTarget=0;points=[[0,0.5],[1,0.5]];portConstraint=eastwest;top=0;left=0;right=0;bottom=0;" value="" vertex="1">
+         <mxCell id="25Z5QOih__v3db8tw0-Z-3" parent="25Z5QOih__v3db8tw0-Z-2" style="shape=partialRectangle;connectable=0;fillColor=none;top=0;left=0;bottom=0;right=0;editable=1;overflow=hidden;" value="" vertex="1">
+           <mxGeometry height="30" width="30" as="geometry">
+             <mxRectangle height="30" width="30" as="alternateBounds" />
+           </mxGeometry>
+         </mxCell>
+         <mxCell id="25Z5QOih__v3db8tw0-Z-4" parent="25Z5QOih__v3db8tw0-Z-2" style="shape=partialRectangle;connectable=0;fillColor=none;top=0;left=0;bottom=0;right=0;align=left;spacingLeft=6;overflow=hidden;" value="password" vertex="1">
+           <mxGeometry height="30" width="150" x="30" as="geometry">
+             <mxRectangle height="30" width="150" as="alternateBounds" />
+           </mxGeometry>
+         </mxCell>
+         <mxCell id="NgsYYJoftaudpQESqAQD-1" parent="7ocu6WVE3d1pCKjjpxMC-52" style="shape=tableRow;horizontal=0;startSize=0;swimlaneHead=0;swimlaneBody=0;fillColor=none;collapsible=0;dropTarget=0;points=[[0,0.5],[1,0.5]];portConstraint=eastwest;top=0;left=0;right=0;bottom=0;" value="" vertex="1">
          <mxGeometry height="30" width="180" y="240" as="geometry" />
-         </mxCell>
-         <mxCell id="25Z5QOih__v3db8tw0-Z-3" parent="25Z5QOih__v3db8tw0-Z-2" style="shape=partialRectangle;connectable=0;fillColor=none;top=0;left=0;bottom=0;right=0;editable=1;overflow=hidden;" value="" vertex="1">
-           <mxGeometry height="30" width="30" as="geometry">
-             <mxRectangle height="30" width="30" as="alternateBounds" />
-           </mxGeometry>
-         </mxCell>
-         <mxCell id="25Z5QOih__v3db8tw0-Z-4" parent="25Z5QOih__v3db8tw0-Z-2" style="shape=partialRectangle;connectable=0;fillColor=none;top=0;left=0;bottom=0;right=0;align=left;spacingLeft=6;overflow=hidden;" value="password" vertex="1">
-           <mxGeometry height="30" width="150" x="30" as="geometry">
-             <mxRectangle height="30" width="150" as="alternateBounds" />
-           </mxGeometry>
-         </mxCell>
-         <mxCell id="NgsYYJoftaudpQESqAQD-1" parent="7ocu6WVE3d1pCKjjpxMC-52" style="shape=tableRow;horizontal=0;startSize=0;swimlaneHead=0;swimlaneBody=0;fillColor=none;collapsible=0;dropTarget=0;points=[[0,0.5],[1,0.5]];portConstraint=eastwest;top=0;left=0;right=0;bottom=0;" value="" vertex="1">
-           <mxGeometry height="30" width="180" y="270" as="geometry" />
        </mxCell>
        <mxCell id="NgsYYJoftaudpQESqAQD-2" parent="NgsYYJoftaudpQESqAQD-1" style="shape=partialRectangle;connectable=0;fillColor=none;top=0;left=0;bottom=0;right=0;editable=1;overflow=hidden;" value="" vertex="1">
          <mxGeometry height="30" width="30" as="geometry">
            <mxRectangle height="30" width="30" as="alternateBounds" />
          </mxGeometry>
        </mxCell>
        <mxCell id="NgsYYJoftaudpQESqAQD-3" parent="NgsYYJoftaudpQESqAQD-1" style="shape=partialRectangle;connectable=0;fillColor=none;top=0;left=0;bottom=0;right=0;align=left;spacingLeft=6;overflow=hidden;" value="fotoPerfil" vertex="1">
          <mxGeometry height="30" width="150" x="30" as="geometry">
            <mxRectangle height="30" width="150" as="alternateBounds" />
          </mxGeometry>
        </mxCell>
        <mxCell id="7ocu6WVE3d1pCKjjpxMC-66" edge="1" parent="1" source="7ocu6WVE3d1pCKjjpxMC-53" style="edgeStyle=orthogonalEdgeStyle;rounded=0;orthogonalLoop=1;jettySize=auto;html=1;exitX=0;exitY=0.5;exitDx=0;exitDy=0;entryX=0;entryY=0.5;entryDx=0;entryDy=0;endArrow=ERone;endFill=0;" target="7ocu6WVE3d1pCKjjpxMC-24">
          <mxGeometry relative="1" as="geometry">
            <Array as="points">
              <mxPoint x="390" y="135" />
              <mxPoint x="390" y="430" />
              <mxPoint x="290" y="430" />
              <mxPoint x="290" y="485" />
            </Array>
          </mxGeometry>
        </mxCell>
        <mxCell id="7ocu6WVE3d1pCKjjpxMC-67" edge="1" parent="1" source="7ocu6WVE3d1pCKjjpxMC-53" style="edgeStyle=orthogonalEdgeStyle;rounded=0;orthogonalLoop=1;jettySize=auto;html=1;exitX=1;exitY=0.5;exitDx=0;exitDy=0;entryX=1;entryY=0.5;entryDx=0;entryDy=0;endArrow=ERone;endFill=0;" target="7ocu6WVE3d1pCKjjpxMC-40">
          <mxGeometry relative="1" as="geometry">
            <Array as="points">
              <mxPoint x="610" y="135" />
              <mxPoint x="610" y="430" />
              <mxPoint x="700" y="430" />
              <mxPoint x="700" y="485" />
            </Array>
          </mxGeometry>
        </mxCell>
        <mxCell id="7ocu6WVE3d1pCKjjpxMC-79" parent="1" style="shape=table;startSize=30;container=1;collapsible=1;childLayout=tableLayout;fixedRows=1;rowLines=0;fontStyle=1;align=center;resizeLast=1;html=1;whiteSpace=wrap;" value="Convocatoria" vertex="1">
          <mxGeometry height="270" width="180" x="160" y="660" as="geometry" />
        </mxCell>
        <mxCell id="7ocu6WVE3d1pCKjjpxMC-80" parent="7ocu6WVE3d1pCKjjpxMC-79" style="shape=tableRow;horizontal=0;startSize=0;swimlaneHead=0;swimlaneBody=0;fillColor=none;collapsible=0;dropTarget=0;points=[[0,0.5],[1,0.5]];portConstraint=eastwest;top=0;left=0;right=0;bottom=0;html=1;" value="" vertex="1">
          <mxGeometry height="30" width="180" y="30" as="geometry" />
        </mxCell>
        <mxCell id="7ocu6WVE3d1pCKjjpxMC-81" parent="7ocu6WVE3d1pCKjjpxMC-80" style="shape=partialRectangle;connectable=0;fillColor=none;top=0;left=0;bottom=0;right=0;fontStyle=1;overflow=hidden;html=1;whiteSpace=wrap;" value="PK,FK1" vertex="1">
          <mxGeometry height="30" width="60" as="geometry">
            <mxRectangle height="30" width="60" as="alternateBounds" />
          </mxGeometry>
        </mxCell>
        <mxCell id="7ocu6WVE3d1pCKjjpxMC-82" parent="7ocu6WVE3d1pCKjjpxMC-80" style="shape=partialRectangle;connectable=0;fillColor=none;top=0;left=0;bottom=0;right=0;align=left;spacingLeft=6;fontStyle=5;overflow=hidden;html=1;whiteSpace=wrap;" value="dni" vertex="1">
          <mxGeometry height="30" width="120" x="60" as="geometry">
            <mxRectangle height="30" width="120" as="alternateBounds" />
          </mxGeometry>
        </mxCell>
        <mxCell id="7ocu6WVE3d1pCKjjpxMC-83" parent="7ocu6WVE3d1pCKjjpxMC-79" style="shape=tableRow;horizontal=0;startSize=0;swimlaneHead=0;swimlaneBody=0;fillColor=none;collapsible=0;dropTarget=0;points=[[0,0.5],[1,0.5]];portConstraint=eastwest;top=0;left=0;right=0;bottom=1;html=1;" value="" vertex="1">
          <mxGeometry height="30" width="180" y="60" as="geometry" />
        </mxCell>
        <mxCell id="7ocu6WVE3d1pCKjjpxMC-84" parent="7ocu6WVE3d1pCKjjpxMC-83" style="shape=partialRectangle;connectable=0;fillColor=none;top=0;left=0;bottom=0;right=0;fontStyle=1;overflow=hidden;html=1;whiteSpace=wrap;" value="PK,FK2" vertex="1">
          <mxGeometry height="30" width="60" as="geometry">
            <mxRectangle height="30" width="60" as="alternateBounds" />
          </mxGeometry>
        </mxCell>
        <mxCell id="7ocu6WVE3d1pCKjjpxMC-85" parent="7ocu6WVE3d1pCKjjpxMC-83" style="shape=partialRectangle;connectable=0;fillColor=none;top=0;left=0;bottom=0;right=0;align=left;spacingLeft=6;fontStyle=5;overflow=hidden;html=1;whiteSpace=wrap;" value="idExamen" vertex="1">
          <mxGeometry height="30" width="120" x="60" as="geometry">
            <mxRectangle height="30" width="120" as="alternateBounds" />
          </mxGeometry>
        </mxCell>
        <mxCell id="7ocu6WVE3d1pCKjjpxMC-135" parent="7ocu6WVE3d1pCKjjpxMC-79" style="shape=tableRow;horizontal=0;startSize=0;swimlaneHead=0;swimlaneBody=0;fillColor=none;collapsible=0;dropTarget=0;points=[[0,0.5],[1,0.5]];portConstraint=eastwest;top=0;left=0;right=0;bottom=1;" value="" vertex="1">
          <mxGeometry height="30" width="180" y="90" as="geometry" />
        </mxCell>
        <mxCell id="7ocu6WVE3d1pCKjjpxMC-136" parent="7ocu6WVE3d1pCKjjpxMC-135" style="shape=partialRectangle;connectable=0;fillColor=none;top=0;left=0;bottom=0;right=0;fontStyle=1;overflow=hidden;whiteSpace=wrap;html=1;" value="PK" vertex="1">
          <mxGeometry height="30" width="60" as="geometry">
            <mxRectangle height="30" width="60" as="alternateBounds" />
          </mxGeometry>
        </mxCell>
        <mxCell id="7ocu6WVE3d1pCKjjpxMC-137" parent="7ocu6WVE3d1pCKjjpxMC-135" style="shape=partialRectangle;connectable=0;fillColor=none;top=0;left=0;bottom=0;right=0;align=left;spacingLeft=6;fontStyle=5;overflow=hidden;whiteSpace=wrap;html=1;" value="idConvocatoria" vertex="1">
          <mxGeometry height="30" width="120" x="60" as="geometry">
            <mxRectangle height="30" width="120" as="alternateBounds" />
          </mxGeometry>
        </mxCell>
        <mxCell id="7ocu6WVE3d1pCKjjpxMC-107" parent="7ocu6WVE3d1pCKjjpxMC-79" style="shape=tableRow;horizontal=0;startSize=0;swimlaneHead=0;swimlaneBody=0;fillColor=none;collapsible=0;dropTarget=0;points=[[0,0.5],[1,0.5]];portConstraint=eastwest;top=0;left=0;right=0;bottom=0;" value="" vertex="1">
          <mxGeometry height="30" width="180" y="120" as="geometry" />
        </mxCell>
        <mxCell id="7ocu6WVE3d1pCKjjpxMC-108" parent="7ocu6WVE3d1pCKjjpxMC-107" style="shape=partialRectangle;connectable=0;fillColor=none;top=0;left=0;bottom=0;right=0;editable=1;overflow=hidden;" value="" vertex="1">
          <mxGeometry height="30" width="60" as="geometry">
            <mxRectangle height="30" width="60" as="alternateBounds" />
          </mxGeometry>
        </mxCell>
        <mxCell id="7ocu6WVE3d1pCKjjpxMC-109" parent="7ocu6WVE3d1pCKjjpxMC-107" style="shape=partialRectangle;connectable=0;fillColor=none;top=0;left=0;bottom=0;right=0;align=left;spacingLeft=6;overflow=hidden;" value="estado" vertex="1">
          <mxGeometry height="30" width="120" x="60" as="geometry">
            <mxRectangle height="30" width="120" as="alternateBounds" />
          </mxGeometry>
        </mxCell>
        <mxCell id="7ocu6WVE3d1pCKjjpxMC-126" parent="7ocu6WVE3d1pCKjjpxMC-79" style="shape=tableRow;horizontal=0;startSize=0;swimlaneHead=0;swimlaneBody=0;fillColor=none;collapsible=0;dropTarget=0;points=[[0,0.5],[1,0.5]];portConstraint=eastwest;top=0;left=0;right=0;bottom=0;" value="" vertex="1">
          <mxGeometry height="30" width="180" y="150" as="geometry" />
        </mxCell>
        <mxCell id="7ocu6WVE3d1pCKjjpxMC-127" parent="7ocu6WVE3d1pCKjjpxMC-126" style="shape=partialRectangle;connectable=0;fillColor=none;top=0;left=0;bottom=0;right=0;editable=1;overflow=hidden;" value="" vertex="1">
          <mxGeometry height="30" width="60" as="geometry">
            <mxRectangle height="30" width="60" as="alternateBounds" />
          </mxGeometry>
        </mxCell>
        <mxCell id="7ocu6WVE3d1pCKjjpxMC-128" parent="7ocu6WVE3d1pCKjjpxMC-126" style="shape=partialRectangle;connectable=0;fillColor=none;top=0;left=0;bottom=0;right=0;align=left;spacingLeft=6;overflow=hidden;" value="nota" vertex="1">
          <mxGeometry height="30" width="120" x="60" as="geometry">
            <mxRectangle height="30" width="120" as="alternateBounds" />
          </mxGeometry>
        </mxCell>
        <mxCell id="7ocu6WVE3d1pCKjjpxMC-129" parent="7ocu6WVE3d1pCKjjpxMC-79" style="shape=tableRow;horizontal=0;startSize=0;swimlaneHead=0;swimlaneBody=0;fillColor=none;collapsible=0;dropTarget=0;points=[[0,0.5],[1,0.5]];portConstraint=eastwest;top=0;left=0;right=0;bottom=0;" value="" vertex="1">
          <mxGeometry height="30" width="180" y="180" as="geometry" />
        </mxCell>
        <mxCell id="7ocu6WVE3d1pCKjjpxMC-130" parent="7ocu6WVE3d1pCKjjpxMC-129" style="shape=partialRectangle;connectable=0;fillColor=none;top=0;left=0;bottom=0;right=0;editable=1;overflow=hidden;" value="" vertex="1">
          <mxGeometry height="30" width="60" as="geometry">
            <mxRectangle height="30" width="60" as="alternateBounds" />
          </mxGeometry>
        </mxCell>
        <mxCell id="7ocu6WVE3d1pCKjjpxMC-131" parent="7ocu6WVE3d1pCKjjpxMC-129" style="shape=partialRectangle;connectable=0;fillColor=none;top=0;left=0;bottom=0;right=0;align=left;spacingLeft=6;overflow=hidden;" value="observaciones" vertex="1">
          <mxGeometry height="30" width="120" x="60" as="geometry">
            <mxRectangle height="30" width="120" as="alternateBounds" />
          </mxGeometry>
        </mxCell>
        <mxCell id="NgsYYJoftaudpQESqAQD-4" parent="7ocu6WVE3d1pCKjjpxMC-79" style="shape=tableRow;horizontal=0;startSize=0;swimlaneHead=0;swimlaneBody=0;fillColor=none;collapsible=0;dropTarget=0;points=[[0,0.5],[1,0.5]];portConstraint=eastwest;top=0;left=0;right=0;bottom=0;" value="" vertex="1">
          <mxGeometry height="30" width="180" y="210" as="geometry" />
        </mxCell>
        <mxCell id="NgsYYJoftaudpQESqAQD-5" parent="NgsYYJoftaudpQESqAQD-4" style="shape=partialRectangle;connectable=0;fillColor=none;top=0;left=0;bottom=0;right=0;editable=1;overflow=hidden;" value="" vertex="1">
          <mxGeometry height="30" width="60" as="geometry">
            <mxRectangle height="30" width="60" as="alternateBounds" />
          </mxGeometry>
        </mxCell>
        <mxCell id="NgsYYJoftaudpQESqAQD-6" parent="NgsYYJoftaudpQESqAQD-4" style="shape=partialRectangle;connectable=0;fillColor=none;top=0;left=0;bottom=0;right=0;align=left;spacingLeft=6;overflow=hidden;" value="fecha" vertex="1">
          <mxGeometry height="30" width="120" x="60" as="geometry">
            <mxRectangle height="30" width="120" as="alternateBounds" />
          </mxGeometry>
        </mxCell>
        <mxCell id="NgsYYJoftaudpQESqAQD-7" parent="7ocu6WVE3d1pCKjjpxMC-79" style="shape=tableRow;horizontal=0;startSize=0;swimlaneHead=0;swimlaneBody=0;fillColor=none;collapsible=0;dropTarget=0;points=[[0,0.5],[1,0.5]];portConstraint=eastwest;top=0;left=0;right=0;bottom=0;" value="" vertex="1">
          <mxGeometry height="30" width="180" y="240" as="geometry" />
        </mxCell>
        <mxCell id="NgsYYJoftaudpQESqAQD-8" parent="NgsYYJoftaudpQESqAQD-7" style="shape=partialRectangle;connectable=0;fillColor=none;top=0;left=0;bottom=0;right=0;editable=1;overflow=hidden;" value="" vertex="1">
          <mxGeometry height="30" width="60" as="geometry">
            <mxRectangle height="30" width="60" as="alternateBounds" />
          </mxGeometry>
        </mxCell>
        <mxCell id="NgsYYJoftaudpQESqAQD-9" parent="NgsYYJoftaudpQESqAQD-7" style="shape=partialRectangle;connectable=0;fillColor=none;top=0;left=0;bottom=0;right=0;align=left;spacingLeft=6;overflow=hidden;" value="aula" vertex="1">
          <mxGeometry height="30" width="120" x="60" as="geometry">
            <mxRectangle height="30" width="120" as="alternateBounds" />
          </mxGeometry>
        </mxCell>
        <mxCell id="7ocu6WVE3d1pCKjjpxMC-92" edge="1" parent="1" source="7ocu6WVE3d1pCKjjpxMC-2" style="edgeStyle=orthogonalEdgeStyle;rounded=0;orthogonalLoop=1;jettySize=auto;html=1;exitX=0;exitY=0.5;exitDx=0;exitDy=0;endArrow=ERmany;endFill=0;" target="7ocu6WVE3d1pCKjjpxMC-83">
          <mxGeometry relative="1" as="geometry" />
        </mxCell>
        <mxCell id="7ocu6WVE3d1pCKjjpxMC-93" edge="1" parent="1" source="7ocu6WVE3d1pCKjjpxMC-24" style="edgeStyle=orthogonalEdgeStyle;rounded=0;orthogonalLoop=1;jettySize=auto;html=1;exitX=0;exitY=0.5;exitDx=0;exitDy=0;entryX=0;entryY=0.5;entryDx=0;entryDy=0;endArrow=ERmany;endFill=0;" target="7ocu6WVE3d1pCKjjpxMC-80">
          <mxGeometry relative="1" as="geometry">
            <Array as="points">
              <mxPoint x="120" y="485" />
              <mxPoint x="120" y="705" />
            </Array>
          </mxGeometry>
        </mxCell>
        <mxCell id="7ocu6WVE3d1pCKjjpxMC-94" edge="1" parent="1" source="7ocu6WVE3d1pCKjjpxMC-40" style="edgeStyle=orthogonalEdgeStyle;rounded=0;orthogonalLoop=1;jettySize=auto;html=1;exitX=1;exitY=0.5;exitDx=0;exitDy=0;entryX=1;entryY=0.5;entryDx=0;entryDy=0;endArrow=ERmany;endFill=0;" target="7ocu6WVE3d1pCKjjpxMC-2">
          <mxGeometry relative="1" as="geometry" />
        </mxCell>
      </root>
    </mxGraphModel>
  </diagram>
</mxfile>
